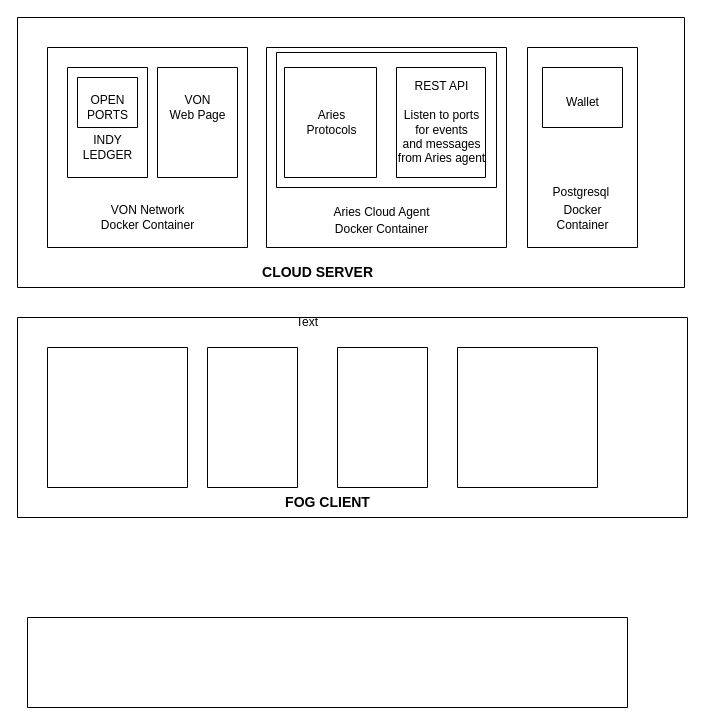
Above: diagrams/Diagrama sem nome.drawio in cristiandossantos/diagrams (draw.io), before the change. Source tidied: cells renumbered, new cells numbered last; positions are measured from the earlier drawing's top-left corner, leaving out a move shared by most shapes. Both pictures are drawn from the tidied source at 100%, with x=0, y=0 at pixel (17, 17).
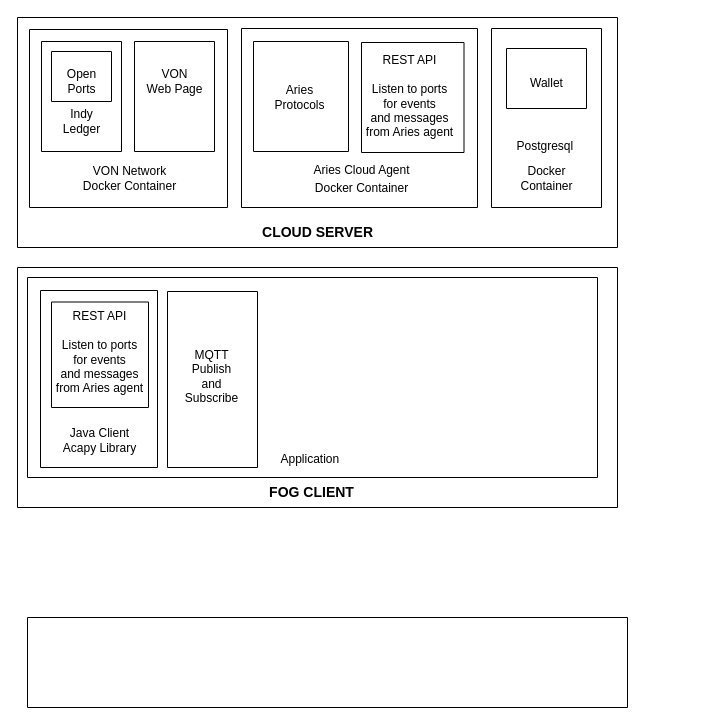
Above is the later version.

What changed in the source:
```diff
@@
     <mxCell id="2" style="swimlane;startSize=0;" parent="1" vertex="1">
-      <mxGeometry width="667" height="270" as="geometry" />
+      <mxGeometry width="600" height="230" as="geometry" />
     </mxCell>
     <mxCell id="3" style="swimlane;startSize=0;" parent="2" vertex="1">
-      <mxGeometry x="30" y="30" width="200" height="200" as="geometry" />
+      <mxGeometry x="12" y="12" width="198" height="178" as="geometry" />
     </mxCell>
     <mxCell id="4" value="VON Network&lt;br&gt;Docker Container" style="text;html=1;align=center;verticalAlign=middle;strokeColor=none;fillColor=none;" parent="3" vertex="1">
-      <mxGeometry x="40" y="150" width="120" height="40" as="geometry" />
+      <mxGeometry x="40" y="129" width="120" height="40" as="geometry" />
     </mxCell>
     <mxCell id="5" style="swimlane;startSize=0;" parent="3" vertex="1">
-      <mxGeometry x="20" y="20" width="80" height="110" as="geometry" />
+      <mxGeometry x="12" y="12" width="80" height="110" as="geometry" />
     </mxCell>
-    <mxCell id="6" value="INDY &lt;br&gt;LEDGER" style="text;html=1;align=center;verticalAlign=middle;strokeColor=none;fillColor=none;" parent="5" vertex="1">
-      <mxGeometry x="5" y="60" width="70" height="40" as="geometry" />
+    <mxCell id="6" value="Indy&lt;br&gt;Ledger" style="text;html=1;align=center;verticalAlign=middle;strokeColor=none;fillColor=none;" parent="5" vertex="1">
+      <mxGeometry x="10" y="60" width="60" height="40" as="geometry" />
     </mxCell>
@@
     <mxCell id="8" style="swimlane;startSize=0;" parent="3" vertex="1">
-      <mxGeometry x="110" y="20" width="80" height="110" as="geometry" />
+      <mxGeometry x="105" y="12" width="80" height="110" as="geometry" />
     </mxCell>
@@
     <mxCell id="10" style="swimlane;startSize=0;" parent="2" vertex="1">
-      <mxGeometry x="249" y="30" width="240" height="200" as="geometry" />
+      <mxGeometry x="224" y="11" width="236" height="179" as="geometry" />
     </mxCell>
     <mxCell id="11" style="swimlane;startSize=0;" parent="10" vertex="1">
-      <mxGeometry x="18" y="20" width="92" height="110" as="geometry" />
+      <mxGeometry x="12" y="13" width="95" height="110" as="geometry" />
     </mxCell>
+    <mxCell id="23" value="Aries&lt;br&gt;Protocols" style="text;html=1;align=center;verticalAlign=middle;strokeColor=none;fillColor=none;" parent="11" vertex="1">
+      <mxGeometry x="11" y="36" width="70" height="40" as="geometry" />
+    </mxCell>
     <mxCell id="12" value="Docker Container" style="text;html=1;align=center;verticalAlign=middle;strokeColor=none;fillColor=none;" parent="10" vertex="1">
-      <mxGeometry x="55" y="167" width="120" height="30" as="geometry" />
+      <mxGeometry x="60" y="145" width="120" height="30" as="geometry" />
     </mxCell>
     <mxCell id="13" value="Aries Cloud Agent" style="text;html=1;align=center;verticalAlign=middle;strokeColor=none;fillColor=none;" parent="10" vertex="1">
-      <mxGeometry x="55" y="150" width="120" height="30" as="geometry" />
+      <mxGeometry x="60" y="127" width="120" height="30" as="geometry" />
     </mxCell>
+    <mxCell id="22" style="swimlane;startSize=0;" parent="10" vertex="1">
+      <mxGeometry x="120" y="14" width="102.5" height="110" as="geometry" />
+    </mxCell>
+    <mxCell id="21" value="REST API&lt;br&gt;&lt;br&gt;Listen to ports &lt;br&gt;for events &lt;br&gt;and messages &lt;br&gt;from Aries agent" style="text;html=1;align=center;verticalAlign=middle;strokeColor=none;fillColor=none;" parent="22" vertex="1">
+      <mxGeometry x="-7.5" y="4" width="110" height="100" as="geometry" />
+    </mxCell>
     <mxCell id="14" style="swimlane;startSize=0;" parent="2" vertex="1">
-      <mxGeometry x="510" y="30" width="110" height="200" as="geometry" />
+      <mxGeometry x="474" y="11" width="110" height="179" as="geometry" />
     </mxCell>
     <mxCell id="15" value="Docker&lt;br&gt;Container" style="text;html=1;align=center;verticalAlign=middle;strokeColor=none;fillColor=none;" parent="14" vertex="1">
-      <mxGeometry x="15" y="150" width="80" height="40" as="geometry" />
+      <mxGeometry x="15" y="130" width="80" height="40" as="geometry" />
     </mxCell>
@@
     <mxCell id="18" value="Postgresql&amp;nbsp;" style="text;html=1;align=center;verticalAlign=middle;strokeColor=none;fillColor=none;" parent="14" vertex="1">
-      <mxGeometry x="15" y="130" width="80" height="30" as="geometry" />
+      <mxGeometry x="15" y="103" width="80" height="30" as="geometry" />
     </mxCell>
     <mxCell id="19" value="&lt;b&gt;&lt;font style=&quot;font-size: 14px;&quot;&gt;CLOUD SERVER&lt;/font&gt;&lt;/b&gt;" style="text;html=1;align=center;verticalAlign=middle;strokeColor=none;fillColor=none;" parent="2" vertex="1">
-      <mxGeometry x="235" y="240" width="130" height="30" as="geometry" />
+      <mxGeometry x="235" y="200" width="130" height="30" as="geometry" />
     </mxCell>
-    <mxCell id="20" style="swimlane;startSize=0;" parent="2" vertex="1">
-      <mxGeometry x="259" y="35" width="220" height="135" as="geometry" />
-    </mxCell>
-    <mxCell id="21" value="REST API&lt;br&gt;&lt;br&gt;Listen to ports &lt;br&gt;for events &lt;br&gt;and messages &lt;br&gt;from Aries agent" style="text;html=1;align=center;verticalAlign=middle;strokeColor=none;fillColor=none;" parent="20" vertex="1">
-      <mxGeometry x="110" y="20" width="110" height="100" as="geometry" />
-    </mxCell>
-    <mxCell id="22" style="swimlane;startSize=0;" parent="20" vertex="1">
-      <mxGeometry x="120" y="15" width="89" height="110" as="geometry" />
-    </mxCell>
-    <mxCell id="23" value="Aries&lt;br&gt;Protocols" style="text;html=1;align=center;verticalAlign=middle;strokeColor=none;fillColor=none;" parent="20" vertex="1">
-      <mxGeometry x="20" y="50" width="70" height="40" as="geometry" />
-    </mxCell>
@@
     <mxCell id="25" style="swimlane;startSize=0;" parent="1" vertex="1">
-      <mxGeometry y="300" width="670" height="200" as="geometry" />
+      <mxGeometry y="250" width="600" height="240" as="geometry" />
     </mxCell>
     <mxCell id="26" style="swimlane;startSize=0;" parent="25" vertex="1">
-      <mxGeometry x="30" y="30" width="140" height="140" as="geometry" />
+      <mxGeometry x="23" y="23" width="117" height="177" as="geometry" />
     </mxCell>
     <mxCell id="27" style="swimlane;startSize=0;" parent="25" vertex="1">
-      <mxGeometry x="440" y="30" width="140" height="140" as="geometry" />
+      <mxGeometry x="10" y="10" width="570" height="200" as="geometry" />
     </mxCell>
+    <mxCell id="33" value="Application&amp;nbsp;" style="text;html=1;align=center;verticalAlign=middle;strokeColor=none;fillColor=none;" parent="27" vertex="1">
+      <mxGeometry x="239" y="167" width="90" height="30" as="geometry" />
+    </mxCell>
+    <mxCell id="34" value="Java Client &lt;br&gt;Acapy Library" style="text;html=1;align=center;verticalAlign=middle;strokeColor=none;fillColor=none;" parent="27" vertex="1">
+      <mxGeometry x="22" y="143" width="100" height="40" as="geometry" />
+    </mxCell>
+    <mxCell id="29" style="swimlane;startSize=0;" parent="27" vertex="1">
+      <mxGeometry x="140" y="14" width="90" height="176" as="geometry" />
+    </mxCell>
+    <mxCell id="35" value="MQTT &lt;br&gt;Publish &lt;br&gt;and &lt;br&gt;Subscribe" style="text;html=1;align=center;verticalAlign=middle;strokeColor=none;fillColor=none;" parent="29" vertex="1">
+      <mxGeometry x="4" y="50" width="80" height="70" as="geometry" />
+    </mxCell>
     <mxCell id="28" style="swimlane;startSize=0;" parent="25" vertex="1">
-      <mxGeometry x="190" y="30" width="90" height="140" as="geometry" />
+      <mxGeometry x="34" y="34.5" width="97" height="105.5" as="geometry" />
     </mxCell>
-    <mxCell id="29" style="swimlane;startSize=0;" parent="25" vertex="1">
-      <mxGeometry x="320" y="30" width="90" height="140" as="geometry" />
-    </mxCell>
+    <mxCell id="36" value="REST API&lt;br&gt;&lt;br&gt;Listen to ports &lt;br&gt;for events &lt;br&gt;and messages &lt;br&gt;from Aries agent" style="text;html=1;align=center;verticalAlign=middle;strokeColor=none;fillColor=none;" parent="28" vertex="1">
+      <mxGeometry x="-7" width="110" height="100" as="geometry" />
+    </mxCell>
+    <mxCell id="32" value="&lt;b&gt;&lt;font style=&quot;font-size: 14px;&quot;&gt;FOG CLIENT&lt;/font&gt;&lt;/b&gt;" style="text;html=1;align=center;verticalAlign=middle;strokeColor=none;fillColor=none;" parent="25" vertex="1">
+      <mxGeometry x="239" y="210" width="110" height="30" as="geometry" />
+    </mxCell>
-    <mxCell id="30" value="OPEN&lt;br&gt;PORTS" style="text;html=1;align=center;verticalAlign=middle;strokeColor=none;fillColor=none;" parent="1" vertex="1">
-      <mxGeometry x="60" y="70" width="60" height="40" as="geometry" />
+    <mxCell id="30" value="Open&lt;br&gt;Ports" style="text;html=1;align=center;verticalAlign=middle;strokeColor=none;fillColor=none;" parent="1" vertex="1">
+      <mxGeometry x="39" y="44" width="50" height="40" as="geometry" />
     </mxCell>
-    <mxCell id="31" value="Text" style="text;html=1;strokeColor=none;fillColor=none;align=center;verticalAlign=middle;whiteSpace=wrap;rounded=0;" parent="1" vertex="1">
-      <mxGeometry x="260" y="290" width="60" height="30" as="geometry" />
-    </mxCell>
-    <mxCell id="32" value="&lt;b&gt;&lt;font style=&quot;font-size: 14px;&quot;&gt;FOG CLIENT&lt;/font&gt;&lt;/b&gt;" style="text;html=1;align=center;verticalAlign=middle;strokeColor=none;fillColor=none;" parent="1" vertex="1">
-      <mxGeometry x="255" y="470" width="110" height="30" as="geometry" />
-    </mxCell>
```
